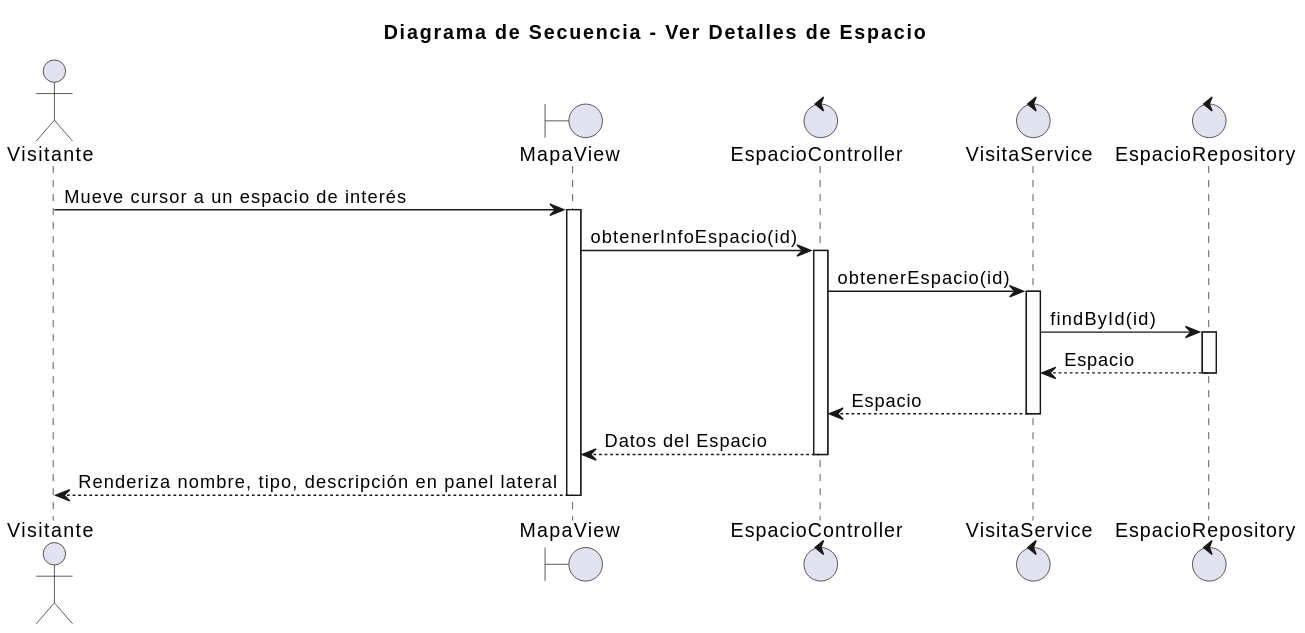
mmasias/25-26-idsw2-sdVC keeps this PlantUML diagram as images/02-diseño/01-Visitante/verDetalles/verDetalles.svg. Above is the earlier version.
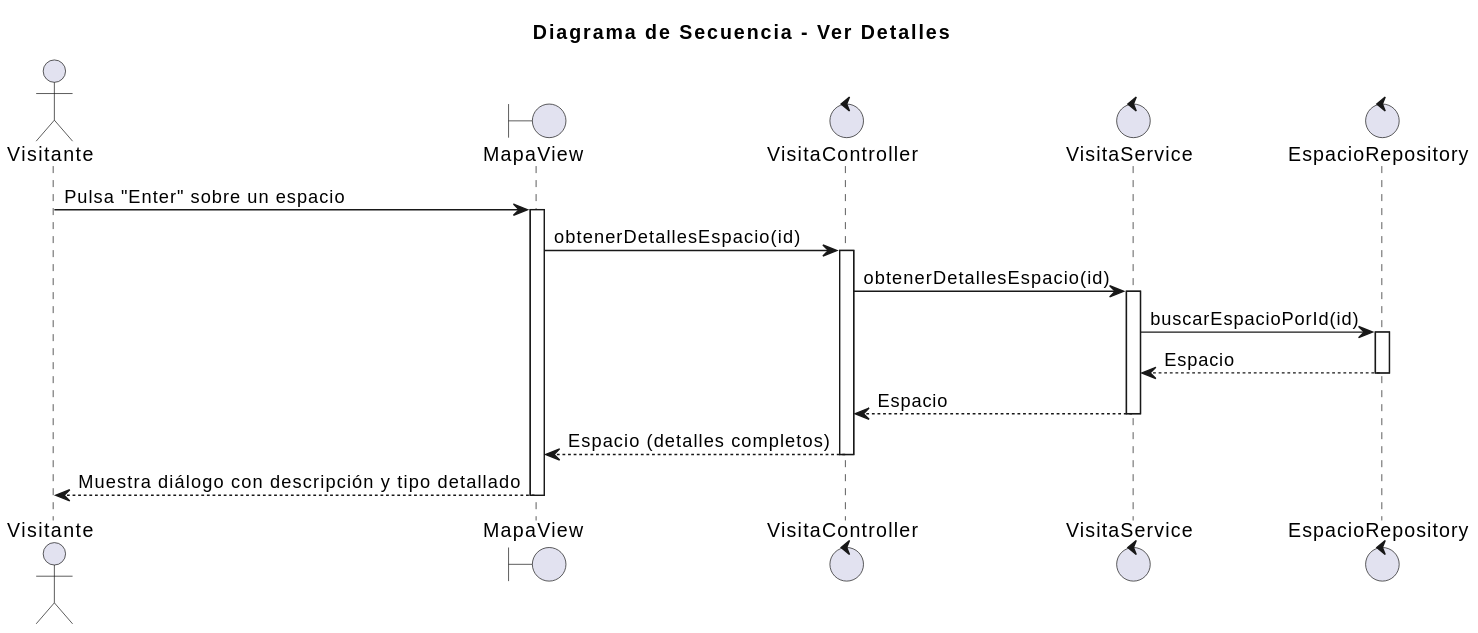
After the commit.

Diff of the diagram source:
```diff
@@ -1,26 +1,26 @@
 @startuml
-title "Diagrama de Secuencia - Ver Detalles de Espacio"
+title "Diagrama de Secuencia - Ver Detalles"
 
 actor "Visitante" as visitor
 boundary "MapaView" as view
-control "EspacioController" as controller
+control "VisitaController" as controller
 control "VisitaService" as service
 control "EspacioRepository" as repository
 
-visitor -> view: Mueve cursor a un espacio de interés
+visitor -> view: Pulsa "Enter" sobre un espacio
 activate view
-view -> controller: obtenerInfoEspacio(id)
+view -> controller: obtenerDetallesEspacio(id)
 activate controller
-controller -> service: obtenerEspacio(id)
+controller -> service: obtenerDetallesEspacio(id)
 activate service
-service -> repository: findById(id)
+service -> repository: buscarEspacioPorId(id)
 activate repository
 repository --> service: Espacio
 deactivate repository
 service --> controller: Espacio
 deactivate service
-controller --> view: Datos del Espacio
+controller --> view: Espacio (detalles completos)
 deactivate controller
-view --> visitor: Renderiza nombre, tipo, descripción en panel lateral
+view --> visitor: Muestra diálogo con descripción y tipo detallado
 deactivate view
 @enduml
```
